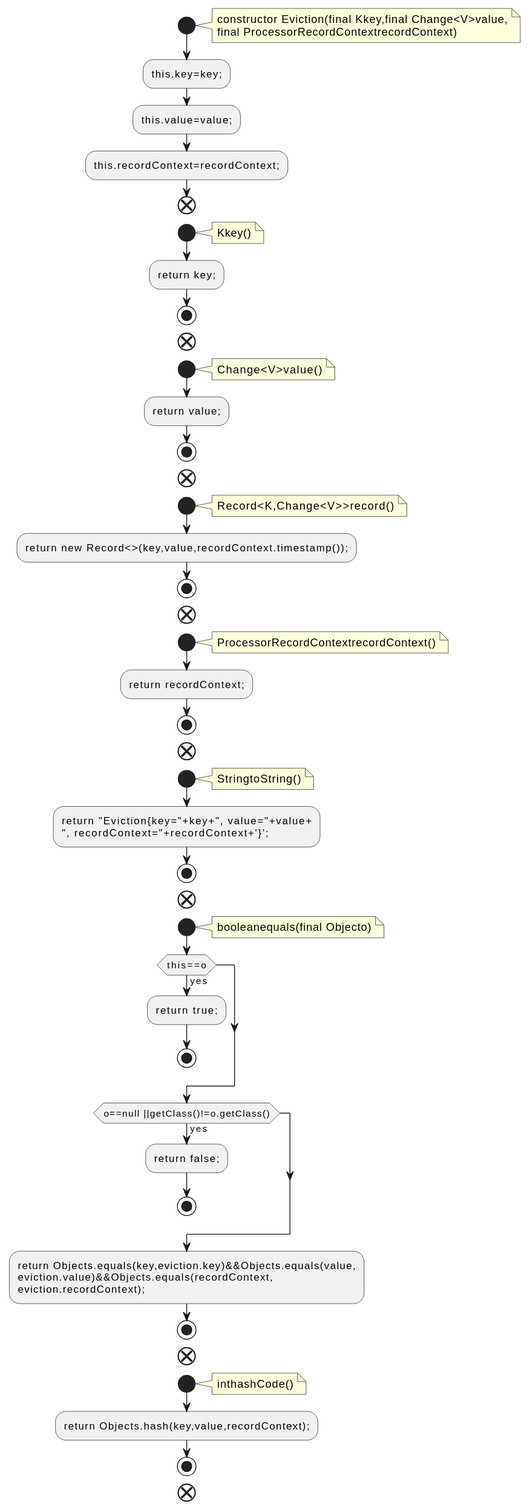
Earlier version of the PlantUML export docs/qc/streams/src/main/java/org/apache/kafka/streams/state/internals/TimeOrderedKeyValueBuffer.java.fct.svg (qualitesys/kafka).
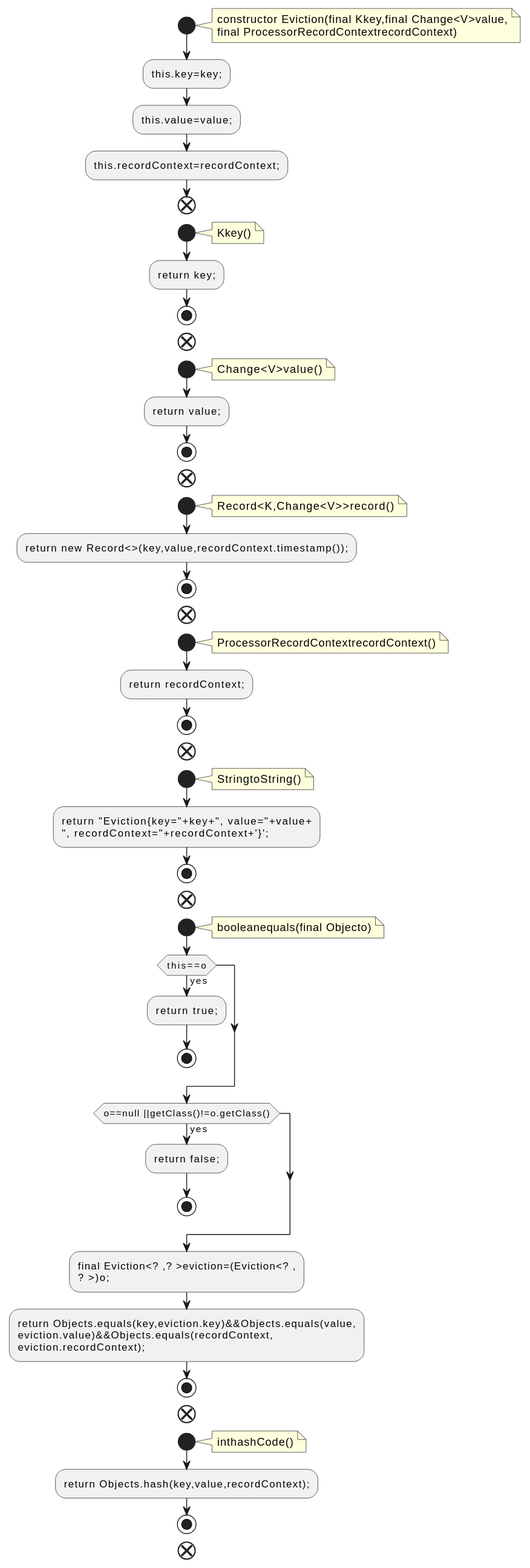
The same file after the commit.

Diff of the diagram source:
```diff
@@ -57,6 +57,8 @@
 :return false;;
 stop
 endif
+:final Eviction<? ,? >eviction=(Eviction<? ,
+? >)o;;
 :return Objects.equals(key,eviction.key)&&Objects.equals(value,
 eviction.value)&&Objects.equals(recordContext,
 eviction.recordContext);;
```
